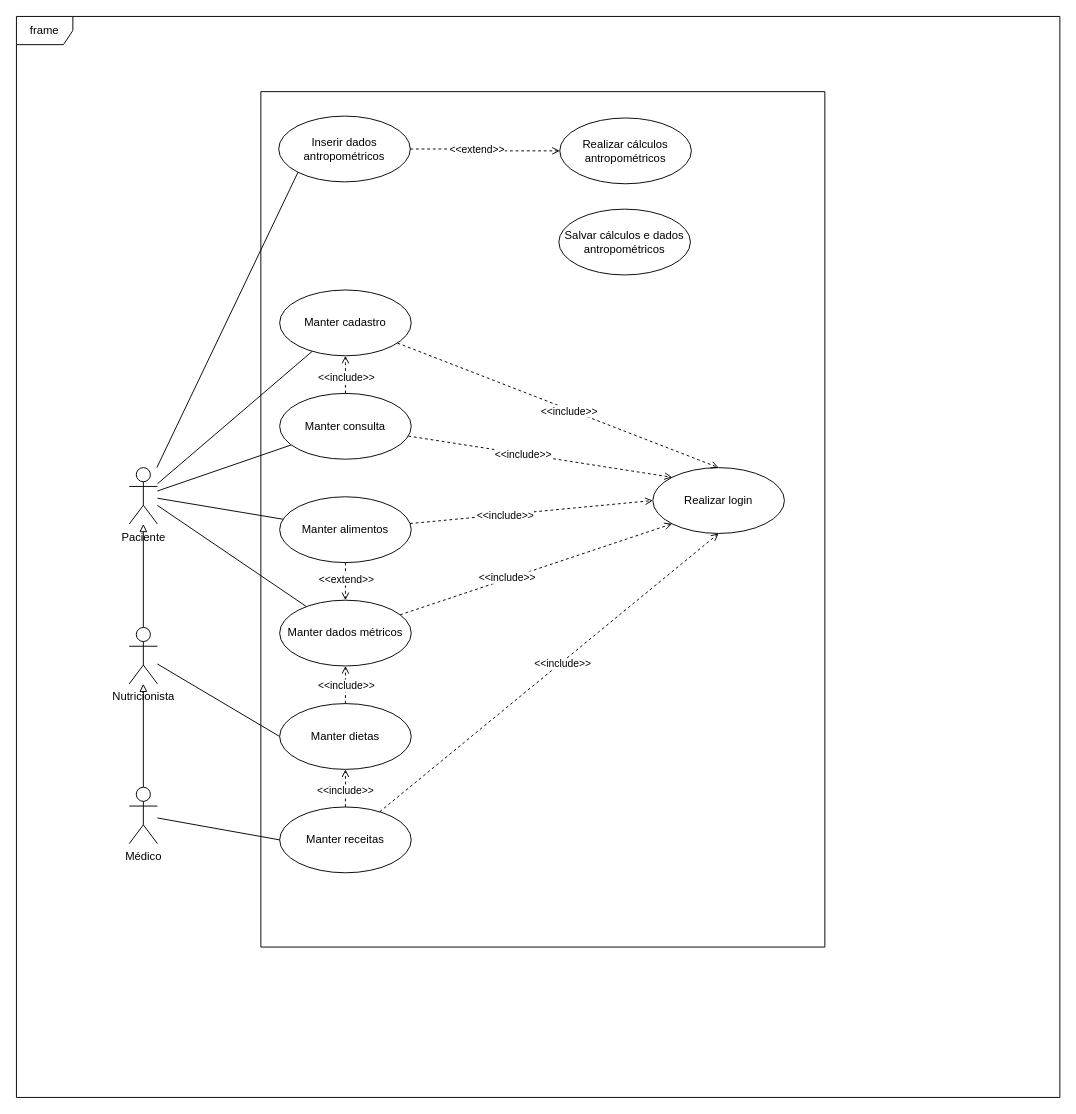
Earlier version of the draw.io diagram diagrama_de_casos_de_uso.drawio (GabrielSilvaRodrigues/delimeter_app). Source tidied: cells renumbered, new cells numbered last; positions are measured from the earlier drawing's top-left corner, leaving out a move shared by most shapes. Both pictures are drawn from the tidied source at 94%, with x=0, y=0 at pixel (16, 16).
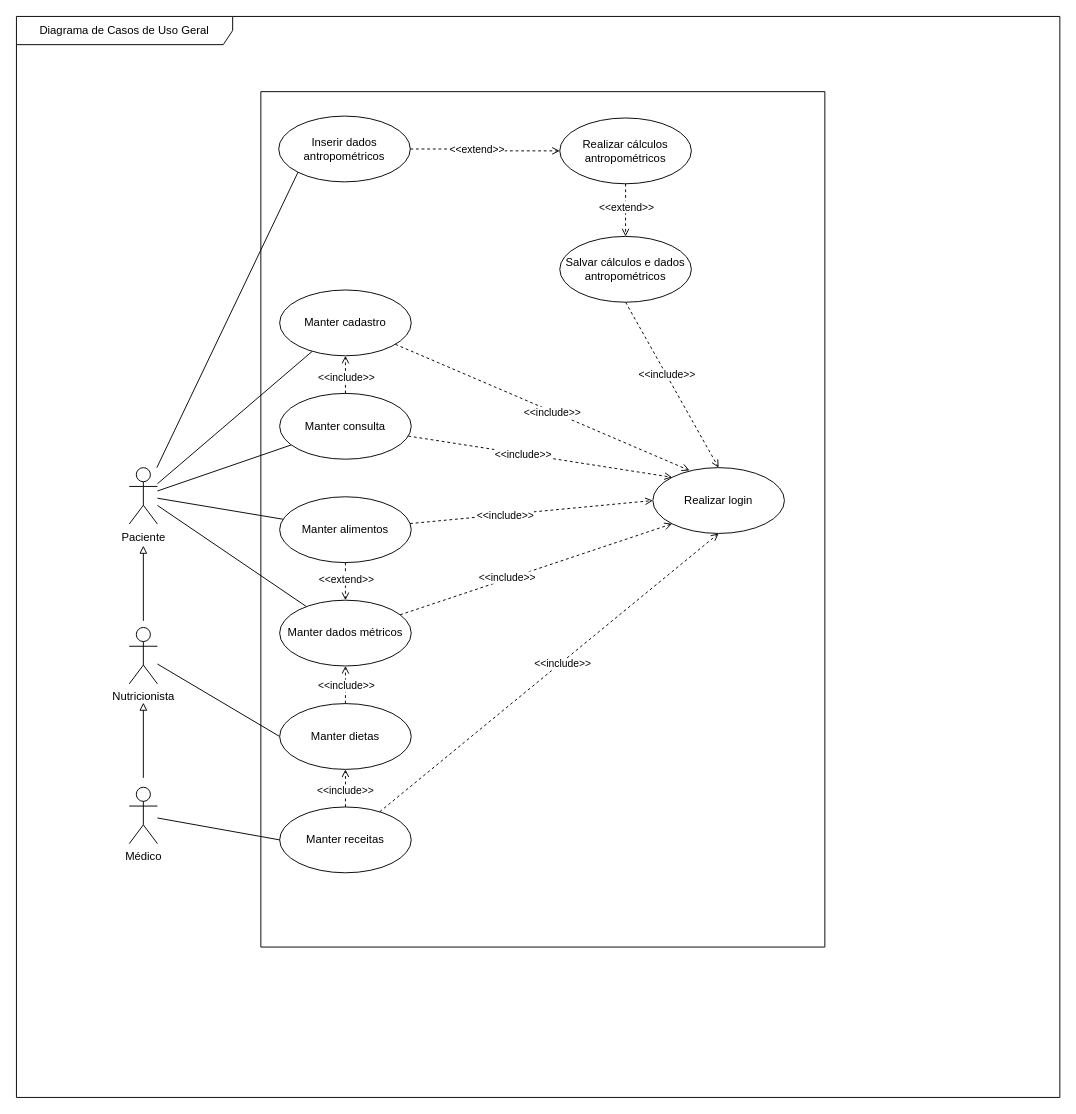
After the change.

Unchanged cells that the change refers to:
```xml
<mxCell id="7" value="Paciente" style="shape=umlActor;verticalLabelPosition=bottom;verticalAlign=top;html=1;" parent="1" vertex="1">
  <mxGeometry x="120" y="480" width="30" height="60" as="geometry" />
</mxCell>
<mxCell id="10" value="Nutricionista" style="shape=umlActor;verticalLabelPosition=bottom;verticalAlign=top;html=1;" parent="1" vertex="1">
  <mxGeometry x="120" y="650" width="30" height="60" as="geometry" />
</mxCell>
<mxCell id="13" value="Médico" style="shape=umlActor;verticalLabelPosition=bottom;verticalAlign=top;html=1;" parent="1" vertex="1">
  <mxGeometry x="120" y="820" width="30" height="60" as="geometry" />
</mxCell>
<mxCell id="15" style="swimlane;startSize=0;" parent="1" vertex="1">
  <mxGeometry x="260" y="80" width="600" height="910" as="geometry" />
</mxCell>
<mxCell id="16" value="Manter cadastro" style="ellipse;whiteSpace=wrap;html=1;" parent="15" vertex="1">
  <mxGeometry x="20" y="211" width="140" height="70" as="geometry" />
</mxCell>
<mxCell id="30" value="Realizar login" style="ellipse;whiteSpace=wrap;html=1;" parent="15" vertex="1">
  <mxGeometry x="417" y="400" width="140" height="70" as="geometry" />
</mxCell>
<mxCell id="42" value="Realizar cálculos antropométricos" style="ellipse;whiteSpace=wrap;html=1;" parent="15" vertex="1">
  <mxGeometry x="318" y="28" width="140" height="70" as="geometry" />
</mxCell>
```

Change to the diagram source:
```diff
@@
-    <mxCell id="8" style="edgeStyle=orthogonalEdgeStyle;rounded=0;jettySize=auto;html=1;endArrow=block;endFill=0;" parent="1" edge="1" source="10" target="7">
-      <mxGeometry relative="1" as="geometry" />
-    </mxCell>
@@
-    <mxCell id="11" style="edgeStyle=orthogonalEdgeStyle;rounded=0;jettySize=auto;html=1;endArrow=block;endFill=0;" parent="1" edge="1" source="13" target="10">
-      <mxGeometry relative="1" as="geometry" />
-    </mxCell>
@@
+    <mxCell id="46" style="edgeStyle=orthogonalEdgeStyle;rounded=0;orthogonalLoop=1;jettySize=auto;html=1;endArrow=block;endFill=0;" parent="1" edge="1">
+      <mxGeometry relative="1" as="geometry">
+        <mxPoint x="135" y="810" as="sourcePoint" />
+        <mxPoint x="135" y="730" as="targetPoint" />
+      </mxGeometry>
+    </mxCell>
@@
-    <mxCell id="14" value="frame" style="shape=umlFrame;whiteSpace=wrap;html=1;" parent="1" vertex="1">
+    <mxCell id="14" value="Diagrama de Casos de Uso Geral" style="shape=umlFrame;whiteSpace=wrap;html=1;width=230;height=30;" parent="1" vertex="1">
       <mxGeometry width="1110" height="1150" as="geometry" />
     </mxCell>
@@
-    <mxCell id="39" style="rounded=0;jettySize=auto;html=1;entryX=0.5;entryY=0;entryDx=0;entryDy=0;endArrow=open;endFill=0;dashed=1;" parent="15" edge="1" source="16" target="30">
+    <mxCell id="39" style="rounded=0;jettySize=auto;html=1;entryX=0.279;entryY=0.043;entryDx=0;entryDy=0;endArrow=open;endFill=0;dashed=1;entryPerimeter=0;" parent="15" edge="1" source="16" target="30">
       <mxGeometry relative="1" as="geometry" />
     </mxCell>
@@
     <mxCell id="45" value="Salvar cálculos e dados antropométricos" style="ellipse;whiteSpace=wrap;html=1;" parent="15" vertex="1">
-      <mxGeometry x="317" y="125" width="140" height="70" as="geometry" />
+      <mxGeometry x="318" y="154" width="140" height="70" as="geometry" />
     </mxCell>
+    <mxCell id="47" style="edgeStyle=orthogonalEdgeStyle;rounded=0;jettySize=auto;html=1;dashed=1;endArrow=open;endFill=0;entryX=0.5;entryY=0;entryDx=0;entryDy=0;exitX=0.5;exitY=1;exitDx=0;exitDy=0;" parent="15" edge="1" source="42" target="45">
+      <mxGeometry relative="1" as="geometry" />
+    </mxCell>
+    <mxCell id="48" value="&amp;lt;&amp;lt;extend&amp;gt;&amp;gt;" style="edgeLabel;html=1;align=center;verticalAlign=middle;" parent="47" vertex="1">
+      <mxGeometry x="-0.13" relative="1" as="geometry" />
+    </mxCell>
+    <mxCell id="49" style="rounded=0;jettySize=auto;html=1;dashed=1;endArrow=open;endFill=0;exitX=0.5;exitY=1;exitDx=0;exitDy=0;entryX=0.5;entryY=0;entryDx=0;entryDy=0;" parent="15" edge="1" source="45" target="30">
+      <mxGeometry relative="1" as="geometry" />
+    </mxCell>
+    <mxCell id="50" value="&amp;lt;&amp;lt;include&lt;span style=&quot;background-color: light-dark(#ffffff, var(--ge-dark-color, #121212)); color: light-dark(rgb(0, 0, 0), rgb(255, 255, 255));&quot;&gt;&amp;gt;&amp;gt;&lt;/span&gt;" style="edgeLabel;html=1;align=center;verticalAlign=middle;" parent="49" vertex="1">
+      <mxGeometry x="-0.13" relative="1" as="geometry" />
+    </mxCell>
+    <mxCell id="51" style="edgeStyle=orthogonalEdgeStyle;rounded=0;orthogonalLoop=1;jettySize=auto;html=1;endArrow=block;endFill=0;" parent="1" edge="1">
+      <mxGeometry relative="1" as="geometry">
+        <mxPoint x="135" y="643" as="sourcePoint" />
+        <mxPoint x="135" y="563" as="targetPoint" />
+      </mxGeometry>
+    </mxCell>
```
